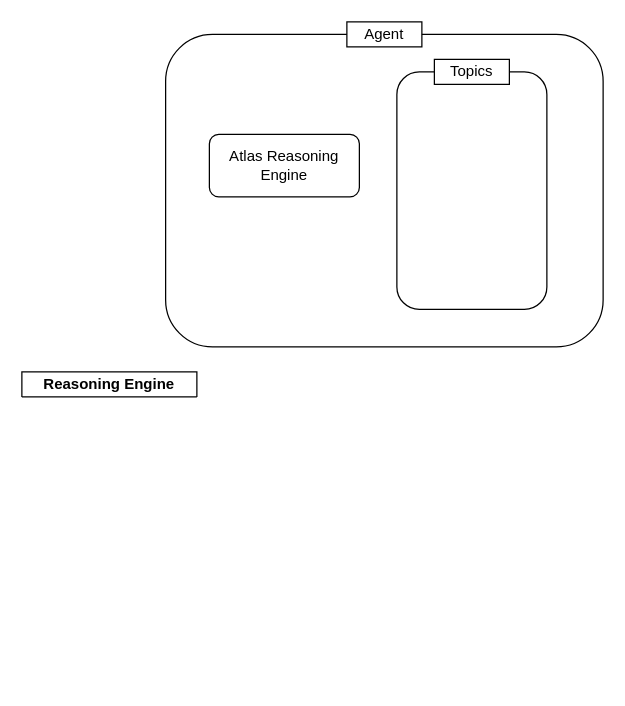
Earlier version of the draw.io diagram Draw.io/Untitled Diagram.drawio (bujdo95/EvolutionExperience). Source tidied: cells renumbered, new cells numbered last; positions are measured from the earlier drawing's top-left corner, leaving out a move shared by most shapes. Both pictures are drawn from the tidied source at 125%, with x=0, y=0 at pixel (21, 21).
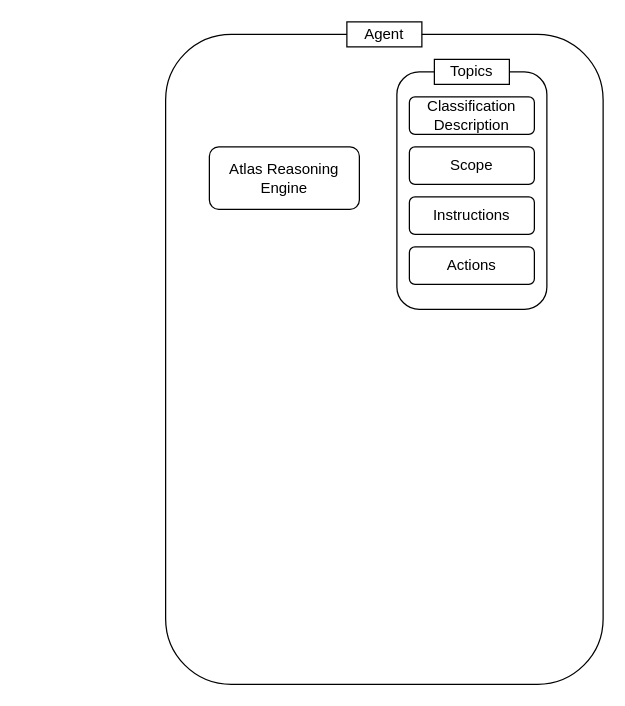
The same diagram, later.

What changed in the source:
```diff
@@
 <mxGraphModel>
   <root>
     <mxCell id="0" />
     <mxCell id="1" parent="0" />
     <mxCell id="2" style="rounded=1;whiteSpace=wrap;html=1;" parent="1" vertex="1">
-      <mxGeometry x="115" y="10" width="350" height="250" as="geometry" />
+      <mxGeometry x="115" y="10" width="350" height="520" as="geometry" />
     </mxCell>
     <mxCell id="3" value="Agent" style="rounded=0;whiteSpace=wrap;html=1;" parent="1" vertex="1">
       <mxGeometry x="260" width="60" height="20" as="geometry" />
     </mxCell>
-    <mxCell id="4" value="Reasoning Engine" style="swimlane;whiteSpace=wrap;html=1;" parent="1" vertex="1" collapsed="1">
-      <mxGeometry y="280" width="140" height="20" as="geometry" />
-    </mxCell>
     <mxCell id="5" value="Atlas Reasoning Engine" style="rounded=1;whiteSpace=wrap;html=1;" parent="1" vertex="1">
-      <mxGeometry x="150" y="90" width="120" height="50" as="geometry" />
+      <mxGeometry x="150" y="100" width="120" height="50" as="geometry" />
     </mxCell>
     <mxCell id="6" style="rounded=1;whiteSpace=wrap;html=1;" parent="1" vertex="1">
       <mxGeometry x="300" y="40" width="120" height="190" as="geometry" />
     </mxCell>
     <mxCell id="7" value="Topics" style="rounded=0;whiteSpace=wrap;html=1;" parent="1" vertex="1">
       <mxGeometry x="330" y="30" width="60" height="20" as="geometry" />
     </mxCell>
+    <mxCell id="8" value="Classification&lt;br&gt;Description" style="rounded=1;whiteSpace=wrap;html=1;" parent="1" vertex="1">
+      <mxGeometry x="310" y="60" width="100" height="30" as="geometry" />
+    </mxCell>
+    <mxCell id="9" value="Scope" style="rounded=1;whiteSpace=wrap;html=1;" parent="1" vertex="1">
+      <mxGeometry x="310" y="100" width="100" height="30" as="geometry" />
+    </mxCell>
+    <mxCell id="10" value="Instructions" style="rounded=1;whiteSpace=wrap;html=1;" parent="1" vertex="1">
+      <mxGeometry x="310" y="140" width="100" height="30" as="geometry" />
+    </mxCell>
+    <mxCell id="11" value="Actions" style="rounded=1;whiteSpace=wrap;html=1;" parent="1" vertex="1">
+      <mxGeometry x="310" y="180" width="100" height="30" as="geometry" />
+    </mxCell>
   </root>
 </mxGraphModel>
```
